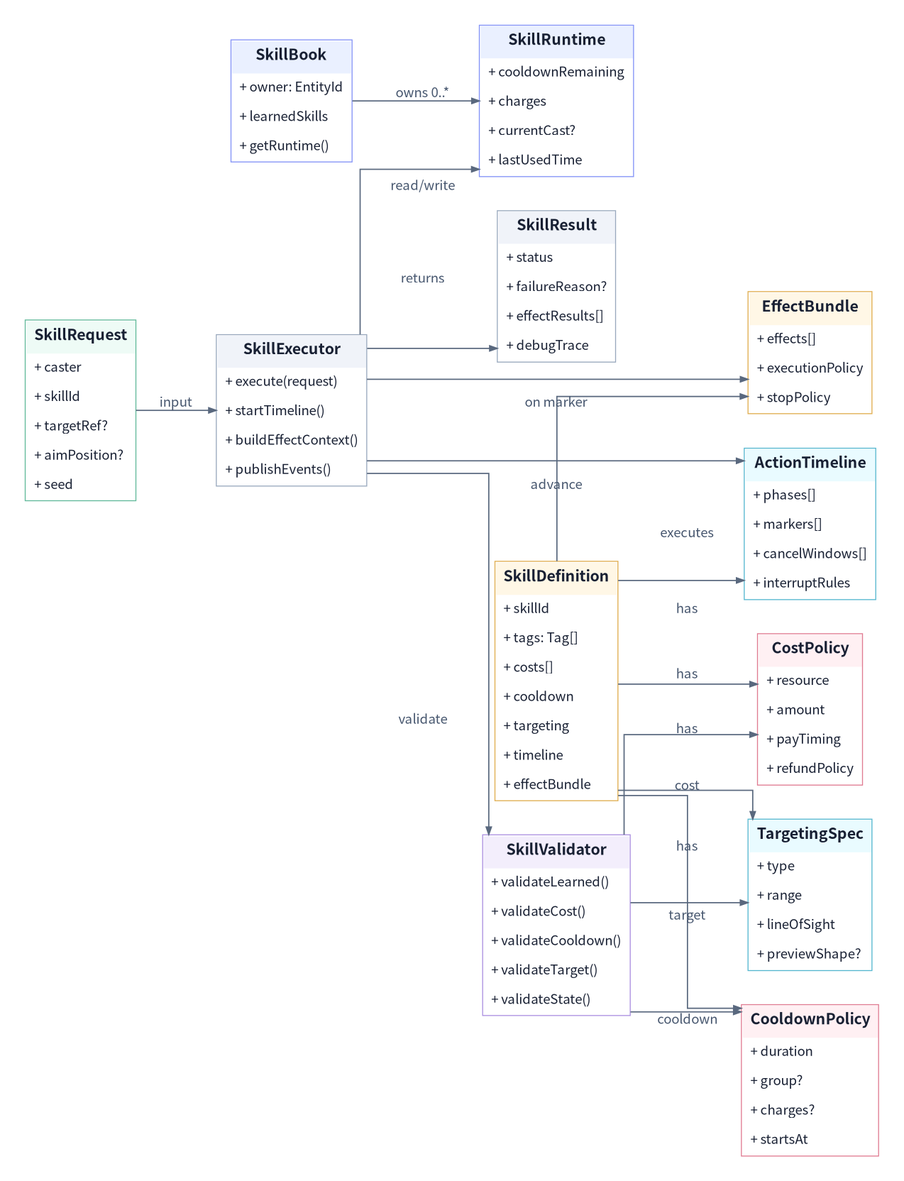
JY-LemongO/game-system-framework-knowledge-site keeps this Graphviz diagram as assets/diagrams/17_skill_core_class_diagram.png. Above is the earlier version. Its source is kept beside it as source/diagrams/17_skill_core_class_diagram.dot.
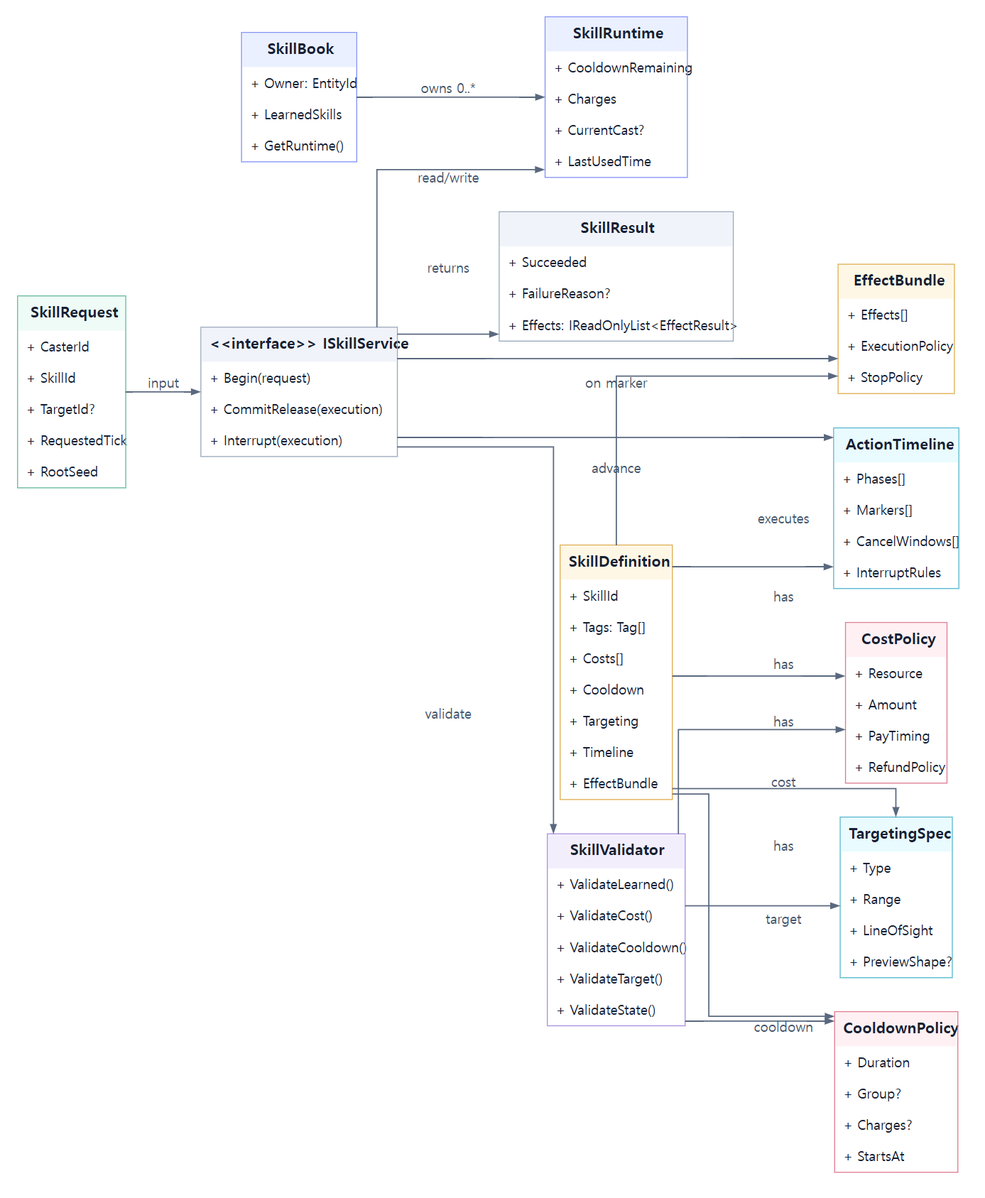
After the commit.

The edit, as a diff of the source:
```diff
@@ -8,62 +8,62 @@
   SkillDefinition [shape=plain, label=<
 <TABLE BORDER="1" CELLBORDER="0" CELLPADDING="8" CELLSPACING="0" COLOR="#e0ad4e">
 <TR><TD BGCOLOR="#fff7e6"><B><FONT POINT-SIZE="16">SkillDefinition</FONT></B></TD></TR>
-<TR><TD ALIGN="LEFT">+ skillId</TD></TR><TR><TD ALIGN="LEFT">+ tags: Tag[]</TD></TR><TR><TD ALIGN="LEFT">+ costs[]</TD></TR><TR><TD ALIGN="LEFT">+ cooldown</TD></TR><TR><TD ALIGN="LEFT">+ targeting</TD></TR><TR><TD ALIGN="LEFT">+ timeline</TD></TR><TR><TD ALIGN="LEFT">+ effectBundle</TD></TR>
+<TR><TD ALIGN="LEFT">+ SkillId</TD></TR><TR><TD ALIGN="LEFT">+ Tags: Tag[]</TD></TR><TR><TD ALIGN="LEFT">+ Costs[]</TD></TR><TR><TD ALIGN="LEFT">+ Cooldown</TD></TR><TR><TD ALIGN="LEFT">+ Targeting</TD></TR><TR><TD ALIGN="LEFT">+ Timeline</TD></TR><TR><TD ALIGN="LEFT">+ EffectBundle</TD></TR>
 </TABLE>>];
   SkillRuntime [shape=plain, label=<
 <TABLE BORDER="1" CELLBORDER="0" CELLPADDING="8" CELLSPACING="0" COLOR="#8292f7">
 <TR><TD BGCOLOR="#eaf0ff"><B><FONT POINT-SIZE="16">SkillRuntime</FONT></B></TD></TR>
-<TR><TD ALIGN="LEFT">+ cooldownRemaining</TD></TR><TR><TD ALIGN="LEFT">+ charges</TD></TR><TR><TD ALIGN="LEFT">+ currentCast?</TD></TR><TR><TD ALIGN="LEFT">+ lastUsedTime</TD></TR>
+<TR><TD ALIGN="LEFT">+ CooldownRemaining</TD></TR><TR><TD ALIGN="LEFT">+ Charges</TD></TR><TR><TD ALIGN="LEFT">+ CurrentCast?</TD></TR><TR><TD ALIGN="LEFT">+ LastUsedTime</TD></TR>
 </TABLE>>];
   SkillBook [shape=plain, label=<
 <TABLE BORDER="1" CELLBORDER="0" CELLPADDING="8" CELLSPACING="0" COLOR="#8292f7">
 <TR><TD BGCOLOR="#eaf0ff"><B><FONT POINT-SIZE="16">SkillBook</FONT></B></TD></TR>
-<TR><TD ALIGN="LEFT">+ owner: EntityId</TD></TR><TR><TD ALIGN="LEFT">+ learnedSkills</TD></TR><TR><TD ALIGN="LEFT">+ getRuntime()</TD></TR>
+<TR><TD ALIGN="LEFT">+ Owner: EntityId</TD></TR><TR><TD ALIGN="LEFT">+ LearnedSkills</TD></TR><TR><TD ALIGN="LEFT">+ GetRuntime()</TD></TR>
 </TABLE>>];
   SkillRequest [shape=plain, label=<
 <TABLE BORDER="1" CELLBORDER="0" CELLPADDING="8" CELLSPACING="0" COLOR="#61b99a">
 <TR><TD BGCOLOR="#eefbf6"><B><FONT POINT-SIZE="16">SkillRequest</FONT></B></TD></TR>
-<TR><TD ALIGN="LEFT">+ caster</TD></TR><TR><TD ALIGN="LEFT">+ skillId</TD></TR><TR><TD ALIGN="LEFT">+ targetRef?</TD></TR><TR><TD ALIGN="LEFT">+ aimPosition?</TD></TR><TR><TD ALIGN="LEFT">+ seed</TD></TR>
+<TR><TD ALIGN="LEFT">+ CasterId</TD></TR><TR><TD ALIGN="LEFT">+ SkillId</TD></TR><TR><TD ALIGN="LEFT">+ TargetId?</TD></TR><TR><TD ALIGN="LEFT">+ RequestedTick</TD></TR><TR><TD ALIGN="LEFT">+ RootSeed</TD></TR>
 </TABLE>>];
   SkillValidator [shape=plain, label=<
 <TABLE BORDER="1" CELLBORDER="0" CELLPADDING="8" CELLSPACING="0" COLOR="#ab8fe0">
 <TR><TD BGCOLOR="#f3eefc"><B><FONT POINT-SIZE="16">SkillValidator</FONT></B></TD></TR>
-<TR><TD ALIGN="LEFT">+ validateLearned()</TD></TR><TR><TD ALIGN="LEFT">+ validateCost()</TD></TR><TR><TD ALIGN="LEFT">+ validateCooldown()</TD></TR><TR><TD ALIGN="LEFT">+ validateTarget()</TD></TR><TR><TD ALIGN="LEFT">+ validateState()</TD></TR>
+<TR><TD ALIGN="LEFT">+ ValidateLearned()</TD></TR><TR><TD ALIGN="LEFT">+ ValidateCost()</TD></TR><TR><TD ALIGN="LEFT">+ ValidateCooldown()</TD></TR><TR><TD ALIGN="LEFT">+ ValidateTarget()</TD></TR><TR><TD ALIGN="LEFT">+ ValidateState()</TD></TR>
 </TABLE>>];
   CostPolicy [shape=plain, label=<
 <TABLE BORDER="1" CELLBORDER="0" CELLPADDING="8" CELLSPACING="0" COLOR="#e07b91">
 <TR><TD BGCOLOR="#fff0f3"><B><FONT POINT-SIZE="16">CostPolicy</FONT></B></TD></TR>
-<TR><TD ALIGN="LEFT">+ resource</TD></TR><TR><TD ALIGN="LEFT">+ amount</TD></TR><TR><TD ALIGN="LEFT">+ payTiming</TD></TR><TR><TD ALIGN="LEFT">+ refundPolicy</TD></TR>
+<TR><TD ALIGN="LEFT">+ Resource</TD></TR><TR><TD ALIGN="LEFT">+ Amount</TD></TR><TR><TD ALIGN="LEFT">+ PayTiming</TD></TR><TR><TD ALIGN="LEFT">+ RefundPolicy</TD></TR>
 </TABLE>>];
   CooldownPolicy [shape=plain, label=<
 <TABLE BORDER="1" CELLBORDER="0" CELLPADDING="8" CELLSPACING="0" COLOR="#e07b91">
 <TR><TD BGCOLOR="#fff0f3"><B><FONT POINT-SIZE="16">CooldownPolicy</FONT></B></TD></TR>
-<TR><TD ALIGN="LEFT">+ duration</TD></TR><TR><TD ALIGN="LEFT">+ group?</TD></TR><TR><TD ALIGN="LEFT">+ charges?</TD></TR><TR><TD ALIGN="LEFT">+ startsAt</TD></TR>
+<TR><TD ALIGN="LEFT">+ Duration</TD></TR><TR><TD ALIGN="LEFT">+ Group?</TD></TR><TR><TD ALIGN="LEFT">+ Charges?</TD></TR><TR><TD ALIGN="LEFT">+ StartsAt</TD></TR>
 </TABLE>>];
   TargetingSpec [shape=plain, label=<
 <TABLE BORDER="1" CELLBORDER="0" CELLPADDING="8" CELLSPACING="0" COLOR="#54b7cf">
 <TR><TD BGCOLOR="#e9fbff"><B><FONT POINT-SIZE="16">TargetingSpec</FONT></B></TD></TR>
-<TR><TD ALIGN="LEFT">+ type</TD></TR><TR><TD ALIGN="LEFT">+ range</TD></TR><TR><TD ALIGN="LEFT">+ lineOfSight</TD></TR><TR><TD ALIGN="LEFT">+ previewShape?</TD></TR>
+<TR><TD ALIGN="LEFT">+ Type</TD></TR><TR><TD ALIGN="LEFT">+ Range</TD></TR><TR><TD ALIGN="LEFT">+ LineOfSight</TD></TR><TR><TD ALIGN="LEFT">+ PreviewShape?</TD></TR>
 </TABLE>>];
   ActionTimeline [shape=plain, label=<
 <TABLE BORDER="1" CELLBORDER="0" CELLPADDING="8" CELLSPACING="0" COLOR="#54b7cf">
 <TR><TD BGCOLOR="#e9fbff"><B><FONT POINT-SIZE="16">ActionTimeline</FONT></B></TD></TR>
-<TR><TD ALIGN="LEFT">+ phases[]</TD></TR><TR><TD ALIGN="LEFT">+ markers[]</TD></TR><TR><TD ALIGN="LEFT">+ cancelWindows[]</TD></TR><TR><TD ALIGN="LEFT">+ interruptRules</TD></TR>
+<TR><TD ALIGN="LEFT">+ Phases[]</TD></TR><TR><TD ALIGN="LEFT">+ Markers[]</TD></TR><TR><TD ALIGN="LEFT">+ CancelWindows[]</TD></TR><TR><TD ALIGN="LEFT">+ InterruptRules</TD></TR>
 </TABLE>>];
   EffectBundle [shape=plain, label=<
 <TABLE BORDER="1" CELLBORDER="0" CELLPADDING="8" CELLSPACING="0" COLOR="#e0ad4e">
 <TR><TD BGCOLOR="#fff7e6"><B><FONT POINT-SIZE="16">EffectBundle</FONT></B></TD></TR>
-<TR><TD ALIGN="LEFT">+ effects[]</TD></TR><TR><TD ALIGN="LEFT">+ executionPolicy</TD></TR><TR><TD ALIGN="LEFT">+ stopPolicy</TD></TR>
+<TR><TD ALIGN="LEFT">+ Effects[]</TD></TR><TR><TD ALIGN="LEFT">+ ExecutionPolicy</TD></TR><TR><TD ALIGN="LEFT">+ StopPolicy</TD></TR>
 </TABLE>>];
-  SkillExecutor [shape=plain, label=<
+  ISkillService [shape=plain, label=<
 <TABLE BORDER="1" CELLBORDER="0" CELLPADDING="8" CELLSPACING="0" COLOR="#99a8bd">
-<TR><TD BGCOLOR="#f0f3f9"><B><FONT POINT-SIZE="16">SkillExecutor</FONT></B></TD></TR>
-<TR><TD ALIGN="LEFT">+ execute(request)</TD></TR><TR><TD ALIGN="LEFT">+ startTimeline()</TD></TR><TR><TD ALIGN="LEFT">+ buildEffectContext()</TD></TR><TR><TD ALIGN="LEFT">+ publishEvents()</TD></TR>
+<TR><TD BGCOLOR="#f0f3f9"><B><FONT POINT-SIZE="16">&lt;&lt;interface&gt;&gt; ISkillService</FONT></B></TD></TR>
+<TR><TD ALIGN="LEFT">+ Begin(request)</TD></TR><TR><TD ALIGN="LEFT">+ CommitRelease(execution)</TD></TR><TR><TD ALIGN="LEFT">+ Interrupt(execution)</TD></TR>
 </TABLE>>];
   SkillResult [shape=plain, label=<
 <TABLE BORDER="1" CELLBORDER="0" CELLPADDING="8" CELLSPACING="0" COLOR="#99a8bd">
 <TR><TD BGCOLOR="#f0f3f9"><B><FONT POINT-SIZE="16">SkillResult</FONT></B></TD></TR>
-<TR><TD ALIGN="LEFT">+ status</TD></TR><TR><TD ALIGN="LEFT">+ failureReason?</TD></TR><TR><TD ALIGN="LEFT">+ effectResults[]</TD></TR><TR><TD ALIGN="LEFT">+ debugTrace</TD></TR>
+<TR><TD ALIGN="LEFT">+ Succeeded</TD></TR><TR><TD ALIGN="LEFT">+ FailureReason?</TD></TR><TR><TD ALIGN="LEFT">+ Effects: IReadOnlyList&lt;EffectResult&gt;</TD></TR>
 </TABLE>>];
   SkillBook -> SkillRuntime [label="owns 0..*"];
   SkillDefinition -> CostPolicy [label="has"];
@@ -71,13 +71,13 @@
   SkillDefinition -> TargetingSpec [label="has"];
   SkillDefinition -> ActionTimeline [label="has"];
   SkillDefinition -> EffectBundle [label="executes"];
-  SkillRequest -> SkillExecutor [label="input"];
-  SkillExecutor -> SkillValidator [label="validate"];
-  SkillExecutor -> SkillRuntime [label="read/write"];
+  SkillRequest -> ISkillService [label="input"];
+  ISkillService -> SkillValidator [label="validate"];
+  ISkillService -> SkillRuntime [label="read/write"];
   SkillValidator -> CostPolicy [label="cost"];
   SkillValidator -> CooldownPolicy [label="cooldown"];
   SkillValidator -> TargetingSpec [label="target"];
-  SkillExecutor -> ActionTimeline [label="advance"];
-  SkillExecutor -> EffectBundle [label="on marker"];
-  SkillExecutor -> SkillResult [label="returns"];
+  ISkillService -> ActionTimeline [label="advance"];
+  ISkillService -> EffectBundle [label="on marker"];
+  ISkillService -> SkillResult [label="returns"];
 }
```
